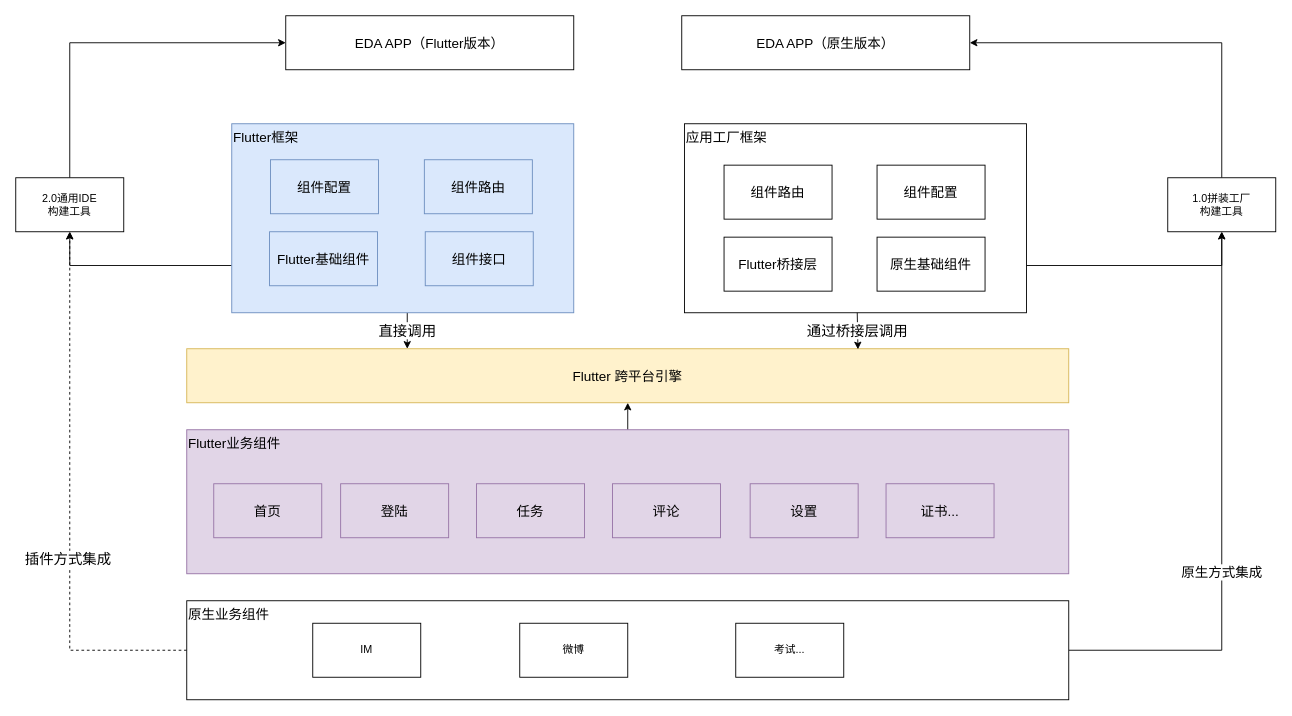
Before: page "第 28 页" (28 of 28) of nd-apf.drawio in kwhitestone/drawio, a draw.io diagram. Source tidied: cells renumbered, new cells numbered last; positions are measured from the earlier drawing's top-left corner, leaving out a move shared by most shapes. Both pictures are drawn from the tidied source at 90%, with x=0, y=0 at pixel (15, 15).
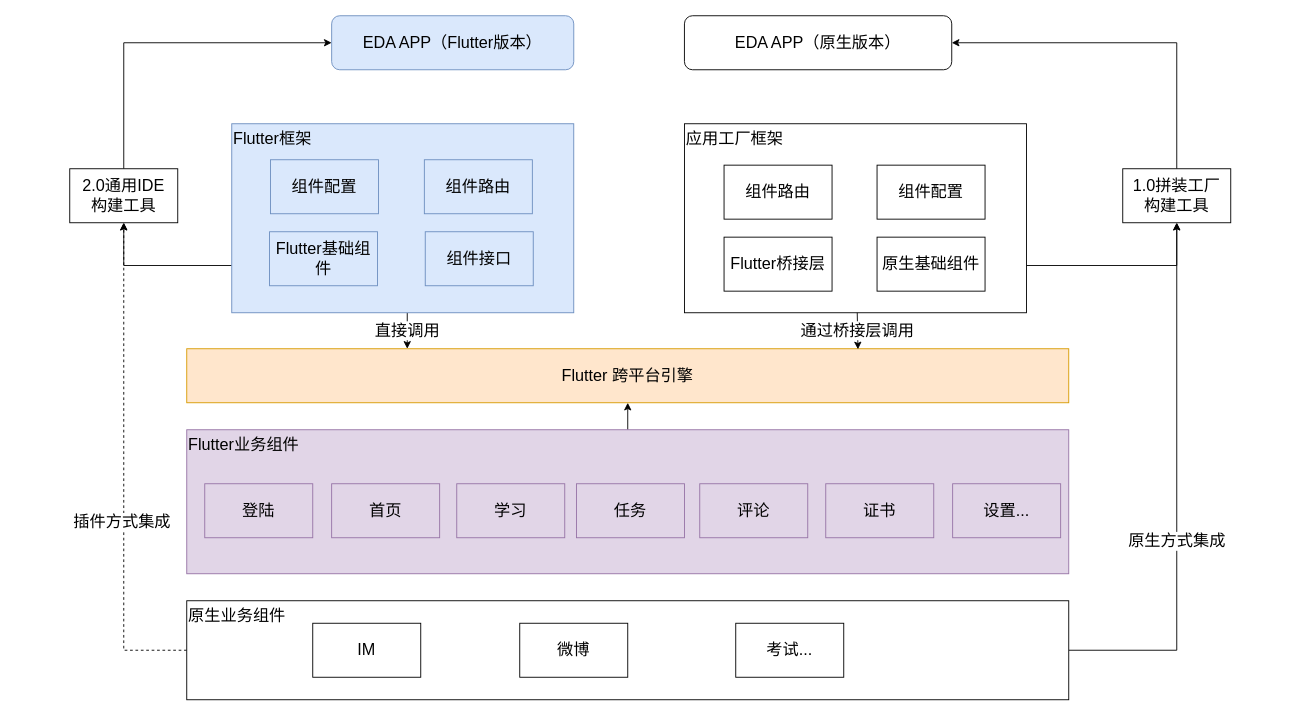
Above is the later version.

Change to the diagram source:
```diff
@@
-    <mxCell id="2" style="rounded=0;jettySize=auto;html=1;entryX=0.5;entryY=1;entryDx=0;entryDy=0;" parent="1" edge="1" target="24">
+    <mxCell id="2" style="rounded=0;jettySize=auto;html=1;entryX=0.5;entryY=1;entryDx=0;entryDy=0;shadow=0;fontSize=18;" parent="1" edge="1" target="24">
       <mxGeometry relative="1" as="geometry">
         <mxPoint x="680" y="460" as="sourcePoint" />
       </mxGeometry>
     </mxCell>
-    <mxCell id="3" value="Flutter业务组件" style="rounded=0;whiteSpace=wrap;html=1;align=left;fontSize=15;fillColor=#e1d5e7;strokeColor=#9673a6;verticalAlign=top;" parent="1" vertex="1">
+    <mxCell id="3" value="Flutter业务组件" style="rounded=0;whiteSpace=wrap;html=1;align=left;fontSize=18;fillColor=#e1d5e7;strokeColor=#9673a6;verticalAlign=top;" parent="1" vertex="1">
       <mxGeometry x="190" y="460" width="980" height="160" as="geometry" />
     </mxCell>
-    <mxCell id="4" value="首页" style="rounded=0;whiteSpace=wrap;html=1;fontSize=15;fillColor=#e1d5e7;strokeColor=#9673a6;" parent="1" vertex="1">
-      <mxGeometry x="220" y="520" width="120" height="60" as="geometry" />
+    <mxCell id="4" value="首页" style="rounded=0;whiteSpace=wrap;html=1;fontSize=18;fillColor=#e1d5e7;strokeColor=#9673a6;" parent="1" vertex="1">
+      <mxGeometry x="351" y="520" width="120" height="60" as="geometry" />
     </mxCell>
-    <mxCell id="5" value="登陆" style="rounded=0;whiteSpace=wrap;html=1;fontSize=15;fillColor=#e1d5e7;strokeColor=#9673a6;" parent="1" vertex="1">
-      <mxGeometry x="361" y="520" width="120" height="60" as="geometry" />
+    <mxCell id="5" value="登陆" style="rounded=0;whiteSpace=wrap;html=1;fontSize=18;fillColor=#e1d5e7;strokeColor=#9673a6;shadow=0;" parent="1" vertex="1">
+      <mxGeometry x="210" y="520" width="120" height="60" as="geometry" />
     </mxCell>
-    <mxCell id="6" value="评论" style="rounded=0;whiteSpace=wrap;html=1;fontSize=15;fillColor=#e1d5e7;strokeColor=#9673a6;" parent="1" vertex="1">
-      <mxGeometry x="663" y="520" width="120" height="60" as="geometry" />
+    <mxCell id="6" value="评论" style="rounded=0;whiteSpace=wrap;html=1;fontSize=18;fillColor=#e1d5e7;strokeColor=#9673a6;shadow=0;" parent="1" vertex="1">
+      <mxGeometry x="760" y="520" width="120" height="60" as="geometry" />
     </mxCell>
-    <mxCell id="7" value="任务" style="rounded=0;whiteSpace=wrap;html=1;fontSize=15;fillColor=#e1d5e7;strokeColor=#9673a6;" parent="1" vertex="1">
-      <mxGeometry x="512" y="520" width="120" height="60" as="geometry" />
+    <mxCell id="7" value="任务" style="rounded=0;whiteSpace=wrap;html=1;fontSize=18;fillColor=#e1d5e7;strokeColor=#9673a6;shadow=0;" parent="1" vertex="1">
+      <mxGeometry x="623" y="520" width="120" height="60" as="geometry" />
     </mxCell>
-    <mxCell id="8" value="设置" style="rounded=0;whiteSpace=wrap;html=1;fontSize=15;fillColor=#e1d5e7;strokeColor=#9673a6;" parent="1" vertex="1">
-      <mxGeometry x="816" y="520" width="120" height="60" as="geometry" />
+    <mxCell id="8" value="设置..." style="rounded=0;whiteSpace=wrap;html=1;fontSize=18;fillColor=#e1d5e7;strokeColor=#9673a6;shadow=0;" parent="1" vertex="1">
+      <mxGeometry x="1041" y="520" width="120" height="60" as="geometry" />
     </mxCell>
-    <mxCell id="9" value="证书..." style="rounded=0;whiteSpace=wrap;html=1;fontSize=15;fillColor=#e1d5e7;strokeColor=#9673a6;" parent="1" vertex="1">
-      <mxGeometry x="967" y="520" width="120" height="60" as="geometry" />
+    <mxCell id="9" value="证书" style="rounded=0;whiteSpace=wrap;html=1;fontSize=18;fillColor=#e1d5e7;strokeColor=#9673a6;shadow=0;" parent="1" vertex="1">
+      <mxGeometry x="900" y="520" width="120" height="60" as="geometry" />
     </mxCell>
-    <mxCell id="10" value="直接调用" style="rounded=0;jettySize=auto;html=1;entryX=0.25;entryY=0;entryDx=0;entryDy=0;fontSize=16;" parent="1" edge="1" target="24">
+    <mxCell id="10" value="直接调用" style="rounded=0;jettySize=auto;html=1;entryX=0.25;entryY=0;entryDx=0;entryDy=0;fontSize=18;shadow=0;" parent="1" edge="1" target="24">
       <mxGeometry x="0.01" relative="1" as="geometry">
         <mxPoint x="435" y="330" as="sourcePoint" />
       </mxGeometry>
     </mxCell>
-    <mxCell id="11" style="edgeStyle=orthogonalEdgeStyle;rounded=0;jettySize=auto;html=1;entryX=0.5;entryY=1;entryDx=0;entryDy=0;exitX=0;exitY=0.75;exitDx=0;exitDy=0;" parent="1" edge="1" source="12" target="30">
+    <mxCell id="11" style="edgeStyle=orthogonalEdgeStyle;rounded=0;jettySize=auto;html=1;entryX=0.5;entryY=1;entryDx=0;entryDy=0;exitX=0;exitY=0.75;exitDx=0;exitDy=0;fontSize=18;" parent="1" edge="1" source="12" target="30">
       <mxGeometry relative="1" as="geometry" />
     </mxCell>
-    <mxCell id="12" value="Flutter框架" style="rounded=0;whiteSpace=wrap;html=1;align=left;verticalAlign=top;fontSize=15;fillColor=#dae8fc;strokeColor=#6c8ebf;" parent="1" vertex="1">
+    <mxCell id="12" value="Flutter框架" style="rounded=0;whiteSpace=wrap;html=1;align=left;verticalAlign=top;fontSize=18;fillColor=#dae8fc;strokeColor=#6c8ebf;shadow=0;" parent="1" vertex="1">
       <mxGeometry x="240" y="120" width="380" height="210" as="geometry" />
     </mxCell>
-    <mxCell id="13" value="组件路由" style="rounded=0;whiteSpace=wrap;html=1;fontSize=15;fillColor=#dae8fc;strokeColor=#6c8ebf;" parent="1" vertex="1">
+    <mxCell id="13" value="组件路由" style="rounded=0;whiteSpace=wrap;html=1;fontSize=18;fillColor=#dae8fc;strokeColor=#6c8ebf;shadow=0;" parent="1" vertex="1">
       <mxGeometry x="454" y="160" width="120" height="60" as="geometry" />
     </mxCell>
-    <mxCell id="14" value="Flutter基础组件" style="rounded=0;whiteSpace=wrap;html=1;fontSize=15;fillColor=#dae8fc;strokeColor=#6c8ebf;" parent="1" vertex="1">
+    <mxCell id="14" value="Flutter基础组件" style="rounded=0;whiteSpace=wrap;html=1;fontSize=18;fillColor=#dae8fc;strokeColor=#6c8ebf;shadow=0;" parent="1" vertex="1">
       <mxGeometry x="282" y="240" width="120" height="60" as="geometry" />
     </mxCell>
-    <mxCell id="15" value="组件配置" style="rounded=0;whiteSpace=wrap;html=1;fontSize=15;fillColor=#dae8fc;strokeColor=#6c8ebf;" parent="1" vertex="1">
+    <mxCell id="15" value="组件配置" style="rounded=0;whiteSpace=wrap;html=1;fontSize=18;fillColor=#dae8fc;strokeColor=#6c8ebf;shadow=0;" parent="1" vertex="1">
       <mxGeometry x="283" y="160" width="120" height="60" as="geometry" />
     </mxCell>
-    <mxCell id="16" value="组件接口" style="rounded=0;whiteSpace=wrap;html=1;fontSize=15;fillColor=#dae8fc;strokeColor=#6c8ebf;" parent="1" vertex="1">
+    <mxCell id="16" value="组件接口" style="rounded=0;whiteSpace=wrap;html=1;fontSize=18;fillColor=#dae8fc;strokeColor=#6c8ebf;shadow=0;" parent="1" vertex="1">
       <mxGeometry x="455" y="240" width="120" height="60" as="geometry" />
     </mxCell>
-    <mxCell id="17" style="edgeStyle=orthogonalEdgeStyle;rounded=0;jettySize=auto;html=1;entryX=0.5;entryY=1;entryDx=0;entryDy=0;exitX=1;exitY=0.75;exitDx=0;exitDy=0;" parent="1" edge="1" source="18" target="28">
+    <mxCell id="17" style="edgeStyle=orthogonalEdgeStyle;rounded=0;jettySize=auto;html=1;entryX=0.5;entryY=1;entryDx=0;entryDy=0;exitX=1;exitY=0.75;exitDx=0;exitDy=0;fontSize=18;" parent="1" edge="1" source="18" target="28">
       <mxGeometry relative="1" as="geometry" />
     </mxCell>
-    <mxCell id="18" value="应用工厂框架" style="rounded=0;whiteSpace=wrap;html=1;align=left;verticalAlign=top;fontSize=15;" parent="1" vertex="1">
+    <mxCell id="18" value="应用工厂框架" style="rounded=0;whiteSpace=wrap;html=1;align=left;verticalAlign=top;fontSize=18;shadow=0;" parent="1" vertex="1">
       <mxGeometry x="743" y="120" width="380" height="210" as="geometry" />
     </mxCell>
-    <mxCell id="19" value="组件路由" style="rounded=0;whiteSpace=wrap;html=1;fontSize=15;" parent="1" vertex="1">
+    <mxCell id="19" value="组件路由" style="rounded=0;whiteSpace=wrap;html=1;fontSize=18;shadow=0;" parent="1" vertex="1">
       <mxGeometry x="787" y="166" width="120" height="60" as="geometry" />
     </mxCell>
-    <mxCell id="20" value="Flutter桥接层" style="rounded=0;whiteSpace=wrap;html=1;fontSize=15;" parent="1" vertex="1">
+    <mxCell id="20" value="Flutter桥接层" style="rounded=0;whiteSpace=wrap;html=1;fontSize=18;shadow=0;" parent="1" vertex="1">
       <mxGeometry x="787" y="246" width="120" height="60" as="geometry" />
     </mxCell>
-    <mxCell id="21" value="组件配置" style="rounded=0;whiteSpace=wrap;html=1;fontSize=15;" parent="1" vertex="1">
+    <mxCell id="21" value="组件配置" style="rounded=0;whiteSpace=wrap;html=1;fontSize=18;shadow=0;" parent="1" vertex="1">
       <mxGeometry x="957" y="166" width="120" height="60" as="geometry" />
     </mxCell>
-    <mxCell id="22" value="原生基础组件" style="rounded=0;whiteSpace=wrap;html=1;fontSize=15;" parent="1" vertex="1">
+    <mxCell id="22" value="原生基础组件" style="rounded=0;whiteSpace=wrap;html=1;fontSize=18;shadow=0;" parent="1" vertex="1">
       <mxGeometry x="957" y="246" width="120" height="60" as="geometry" />
     </mxCell>
-    <mxCell id="23" value="EDA APP（Flutter版本）" style="rounded=0;whiteSpace=wrap;html=1;fontSize=15;" parent="1" vertex="1">
-      <mxGeometry x="300" width="320" height="60" as="geometry" />
-    </mxCell>
-    <mxCell id="24" value="Flutter 跨平台引擎" style="rounded=0;whiteSpace=wrap;html=1;fontSize=15;fillColor=#fff2cc;strokeColor=#d6b656;" parent="1" vertex="1">
+    <mxCell id="24" value="Flutter 跨平台引擎" style="rounded=0;whiteSpace=wrap;html=1;fontSize=18;fillColor=#ffe6cc;strokeColor=#d79b00;" parent="1" vertex="1">
       <mxGeometry x="190" y="370" width="980" height="60" as="geometry" />
     </mxCell>
-    <mxCell id="25" value="EDA APP（原生版本）" style="rounded=0;whiteSpace=wrap;html=1;fontSize=15;" parent="1" vertex="1">
-      <mxGeometry x="740" width="320" height="60" as="geometry" />
-    </mxCell>
-    <mxCell id="26" value="通过桥接层调用" style="rounded=0;jettySize=auto;html=1;entryX=0.761;entryY=0.011;entryDx=0;entryDy=0;fontSize=16;entryPerimeter=0;" parent="1" edge="1" source="18" target="24">
+    <mxCell id="26" value="通过桥接层调用" style="rounded=0;jettySize=auto;html=1;entryX=0.761;entryY=0.011;entryDx=0;entryDy=0;fontSize=18;entryPerimeter=0;shadow=0;" parent="1" edge="1" source="18" target="24">
       <mxGeometry relative="1" as="geometry" />
     </mxCell>
-    <mxCell id="27" style="edgeStyle=orthogonalEdgeStyle;rounded=0;jettySize=auto;html=1;entryX=1;entryY=0.5;entryDx=0;entryDy=0;exitX=0.5;exitY=0;exitDx=0;exitDy=0;" parent="1" edge="1" source="28" target="25">
+    <mxCell id="27" style="edgeStyle=orthogonalEdgeStyle;rounded=0;jettySize=auto;html=1;entryX=1;entryY=0.5;entryDx=0;entryDy=0;exitX=0.5;exitY=0;exitDx=0;exitDy=0;fontSize=18;" parent="1" edge="1" source="28" target="25">
       <mxGeometry relative="1" as="geometry" />
     </mxCell>
-    <mxCell id="28" value="1.0拼装工厂&lt;br&gt;构建工具" style="rounded=0;whiteSpace=wrap;html=1;" parent="1" vertex="1">
-      <mxGeometry x="1280" y="180" width="120" height="60" as="geometry" />
+    <mxCell id="28" value="1.0拼装工厂&lt;br style=&quot;font-size: 18px;&quot;&gt;构建工具" style="rounded=0;whiteSpace=wrap;html=1;fontSize=18;" parent="1" vertex="1">
+      <mxGeometry x="1230" y="170" width="120" height="60" as="geometry" />
     </mxCell>
-    <mxCell id="29" style="edgeStyle=orthogonalEdgeStyle;rounded=0;jettySize=auto;html=1;entryX=0;entryY=0.5;entryDx=0;entryDy=0;exitX=0.5;exitY=0;exitDx=0;exitDy=0;" parent="1" edge="1" source="30" target="23">
+    <mxCell id="29" style="edgeStyle=orthogonalEdgeStyle;rounded=0;jettySize=auto;html=1;entryX=0;entryY=0.5;entryDx=0;entryDy=0;exitX=0.5;exitY=0;exitDx=0;exitDy=0;fontSize=18;" parent="1" edge="1" source="30" target="23">
       <mxGeometry relative="1" as="geometry" />
     </mxCell>
-    <mxCell id="30" value="2.0通用IDE&lt;br&gt;构建工具" style="rounded=0;whiteSpace=wrap;html=1;" parent="1" vertex="1">
-      <mxGeometry y="180" width="120" height="60" as="geometry" />
+    <mxCell id="30" value="2.0通用IDE&lt;br style=&quot;font-size: 18px;&quot;&gt;构建工具" style="rounded=0;whiteSpace=wrap;html=1;fontSize=18;" parent="1" vertex="1">
+      <mxGeometry x="60" y="170" width="120" height="60" as="geometry" />
     </mxCell>
-    <mxCell id="31" style="edgeStyle=orthogonalEdgeStyle;rounded=0;jettySize=auto;html=1;entryX=0.5;entryY=1;entryDx=0;entryDy=0;dashed=1;" parent="1" edge="1" source="34" target="30">
+    <mxCell id="31" style="edgeStyle=orthogonalEdgeStyle;rounded=0;jettySize=auto;html=1;entryX=0.5;entryY=1;entryDx=0;entryDy=0;dashed=1;fontSize=18;" parent="1" edge="1" source="34" target="30">
       <mxGeometry relative="1" as="geometry" />
     </mxCell>
-    <mxCell id="32" value="插件方式集成" style="edgeLabel;html=1;align=center;verticalAlign=middle;fontSize=16;" parent="31" vertex="1">
+    <mxCell id="32" value="插件方式集成" style="edgeLabel;html=1;align=center;verticalAlign=middle;fontSize=18;" parent="31" vertex="1">
       <mxGeometry x="-0.22" y="3" relative="1" as="geometry" />
     </mxCell>
-    <mxCell id="33" value="原生方式集成" style="edgeStyle=orthogonalEdgeStyle;rounded=0;jettySize=auto;html=1;entryX=0.5;entryY=1;entryDx=0;entryDy=0;fontSize=15;exitX=1;exitY=0.5;exitDx=0;exitDy=0;" parent="1" edge="1" source="34" target="28">
+    <mxCell id="33" value="原生方式集成" style="edgeStyle=orthogonalEdgeStyle;rounded=0;jettySize=auto;html=1;entryX=0.5;entryY=1;entryDx=0;entryDy=0;fontSize=18;exitX=1;exitY=0.5;exitDx=0;exitDy=0;" parent="1" edge="1" source="34" target="28">
       <mxGeometry x="-0.19" relative="1" as="geometry" />
     </mxCell>
-    <mxCell id="34" value="原生业务组件" style="rounded=0;whiteSpace=wrap;html=1;align=left;fontSize=15;verticalAlign=top;" parent="1" vertex="1">
+    <mxCell id="34" value="原生业务组件" style="rounded=0;whiteSpace=wrap;html=1;align=left;fontSize=18;verticalAlign=top;" parent="1" vertex="1">
       <mxGeometry x="190" y="650" width="980" height="110" as="geometry" />
     </mxCell>
-    <mxCell id="35" value="IM" style="rounded=0;whiteSpace=wrap;html=1;" parent="1" vertex="1">
+    <mxCell id="35" value="IM" style="rounded=0;whiteSpace=wrap;html=1;fontSize=18;" parent="1" vertex="1">
       <mxGeometry x="330" y="675" width="120" height="60" as="geometry" />
     </mxCell>
-    <mxCell id="36" value="微博" style="rounded=0;whiteSpace=wrap;html=1;" parent="1" vertex="1">
+    <mxCell id="36" value="微博" style="rounded=0;whiteSpace=wrap;html=1;fontSize=18;" parent="1" vertex="1">
       <mxGeometry x="560" y="675" width="120" height="60" as="geometry" />
     </mxCell>
-    <mxCell id="37" value="考试..." style="rounded=0;whiteSpace=wrap;html=1;" parent="1" vertex="1">
+    <mxCell id="37" value="考试..." style="rounded=0;whiteSpace=wrap;html=1;fontSize=18;" parent="1" vertex="1">
       <mxGeometry x="800" y="675" width="120" height="60" as="geometry" />
     </mxCell>
+    <mxCell id="23" value="EDA APP（Flutter版本）" style="rounded=1;whiteSpace=wrap;html=1;fontSize=18;fillColor=#dae8fc;strokeColor=#6c8ebf;" parent="1" vertex="1">
+      <mxGeometry x="351" width="269" height="60" as="geometry" />
+    </mxCell>
+    <mxCell id="38" value="学习" style="rounded=0;whiteSpace=wrap;html=1;fontSize=18;fillColor=#e1d5e7;strokeColor=#9673a6;" parent="1" vertex="1">
+      <mxGeometry x="490" y="520" width="120" height="60" as="geometry" />
+    </mxCell>
+    <mxCell id="25" value="EDA APP（原生版本）" style="rounded=1;whiteSpace=wrap;html=1;fontSize=18;" parent="1" vertex="1">
+      <mxGeometry x="743" width="297" height="60" as="geometry" />
+    </mxCell>
```
